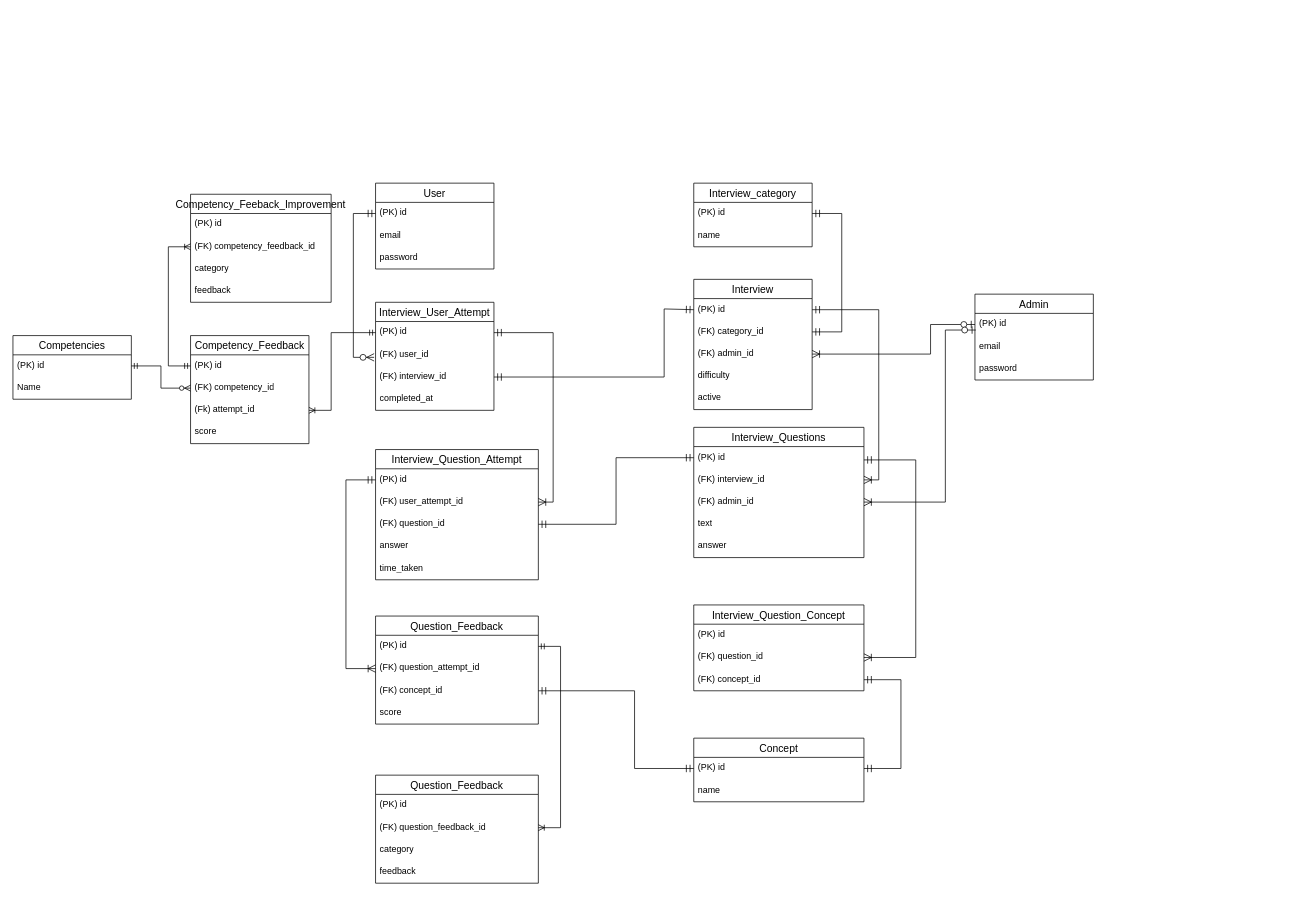
Earlier version of the draw.io diagram diagrams/group_erd.drawio (V-DP-DEV/Capstone). Source tidied: cells renumbered, new cells numbered last; positions are measured from the earlier drawing's top-left corner, leaving out a move shared by most shapes. Both pictures are drawn from the tidied source at 74%, with x=0, y=0 at pixel (13, 183).
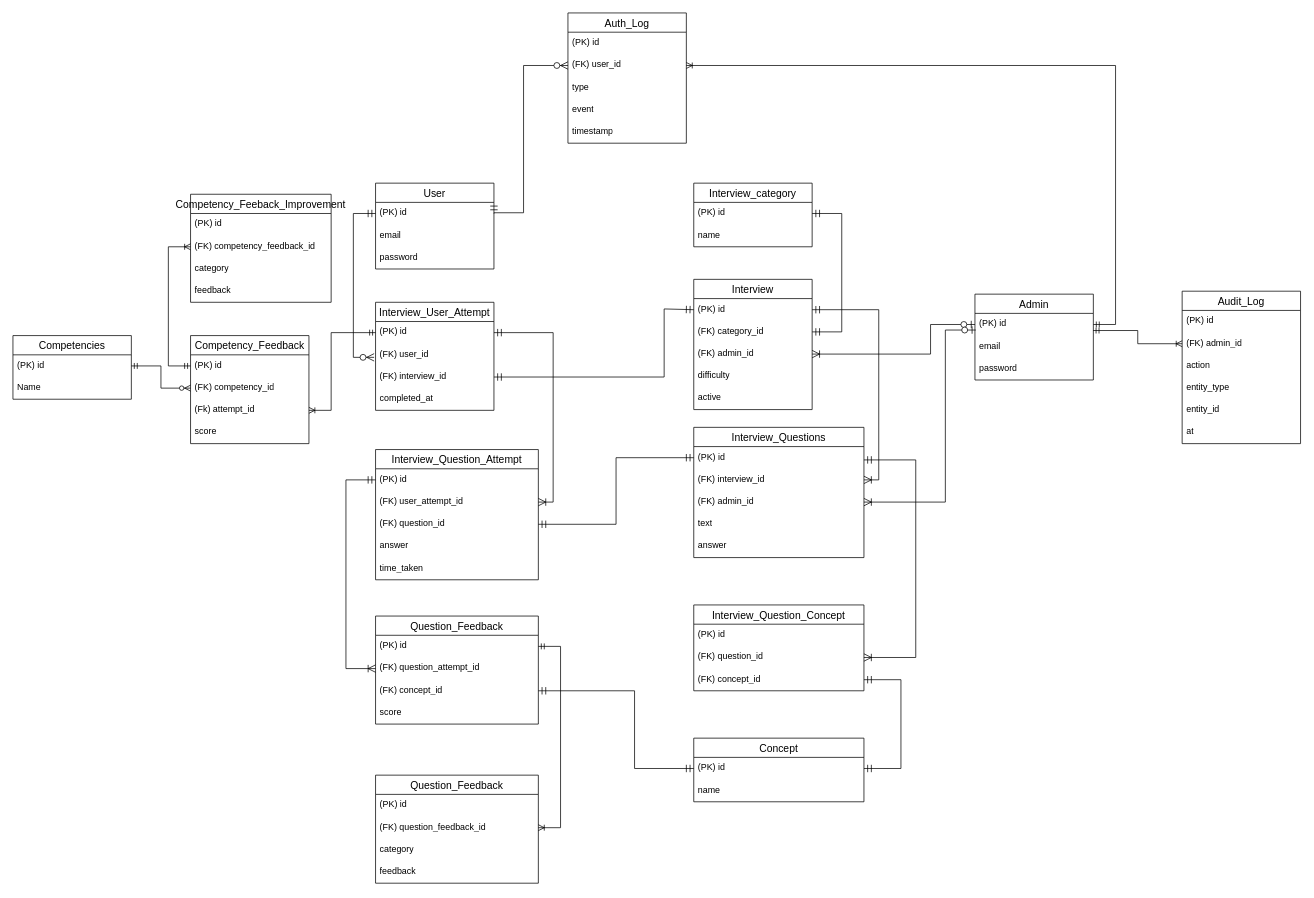
Above is the later version.

Commit message:
added a simple admin and auth log

The change refers to these unchanged cells:
```xml
<mxCell id="41" value="(PK) id" style="text;strokeColor=none;fillColor=none;spacingLeft=4;spacingRight=4;overflow=hidden;points=[[0,0.5],[1,0.5]];portConstraint=eastwest;fontSize=12;whiteSpace=wrap;html=1;" parent="40" vertex="1">
  <mxGeometry y="26" width="160" height="30" as="geometry" />
</mxCell>
<mxCell id="45" value="(PK) id" style="text;strokeColor=none;fillColor=none;spacingLeft=4;spacingRight=4;overflow=hidden;points=[[0,0.5],[1,0.5]];portConstraint=eastwest;fontSize=12;whiteSpace=wrap;html=1;" parent="44" vertex="1">
  <mxGeometry y="26" width="160" height="30" as="geometry" />
</mxCell>
```

Change to the diagram source:
```diff
@@
+    <mxCell id="82" value="Audit_Log" style="swimlane;fontStyle=0;horizontal=1;startSize=26;align=center;fontSize=14;" parent="1" vertex="1">
+      <mxGeometry x="1580" y="146" width="160" height="206" as="geometry" />
+    </mxCell>
+    <mxCell id="83" value="(PK) id" style="text;strokeColor=none;fillColor=none;spacingLeft=4;spacingRight=4;overflow=hidden;fontSize=12;whiteSpace=wrap;html=1;" parent="82" vertex="1">
+      <mxGeometry y="26" width="160" height="30" as="geometry" />
+    </mxCell>
+    <mxCell id="84" value="(FK) admin_id" style="text;strokeColor=none;fillColor=none;spacingLeft=4;spacingRight=4;overflow=hidden;points=[[0,0.5],[1,0.5]];portConstraint=eastwest;fontSize=12;whiteSpace=wrap;html=1;" parent="82" vertex="1">
+      <mxGeometry y="56" width="160" height="30" as="geometry" />
+    </mxCell>
+    <mxCell id="85" value="action" style="text;strokeColor=none;fillColor=none;spacingLeft=4;spacingRight=4;overflow=hidden;fontSize=12;whiteSpace=wrap;html=1;" parent="82" vertex="1">
+      <mxGeometry y="86" width="160" height="30" as="geometry" />
+    </mxCell>
+    <mxCell id="86" value="entity_type" style="text;strokeColor=none;fillColor=none;spacingLeft=4;spacingRight=4;overflow=hidden;fontSize=12;whiteSpace=wrap;html=1;" parent="82" vertex="1">
+      <mxGeometry y="116" width="160" height="30" as="geometry" />
+    </mxCell>
+    <mxCell id="87" value="entity_id" style="text;strokeColor=none;fillColor=none;spacingLeft=4;spacingRight=4;overflow=hidden;fontSize=12;whiteSpace=wrap;html=1;" parent="82" vertex="1">
+      <mxGeometry y="146" width="160" height="30" as="geometry" />
+    </mxCell>
+    <mxCell id="88" value="at" style="text;strokeColor=none;fillColor=none;spacingLeft=4;spacingRight=4;overflow=hidden;fontSize=12;whiteSpace=wrap;html=1;" parent="82" vertex="1">
+      <mxGeometry y="176" width="160" height="30" as="geometry" />
+    </mxCell>
+    <mxCell id="89" value="Auth_Log" style="swimlane;fontStyle=0;horizontal=1;startSize=26;align=center;fontSize=14;" parent="1" vertex="1">
+      <mxGeometry x="750" y="-230" width="160" height="176" as="geometry" />
+    </mxCell>
+    <mxCell id="90" value="(PK) id" style="text;strokeColor=none;fillColor=none;spacingLeft=4;spacingRight=4;overflow=hidden;fontSize=12;whiteSpace=wrap;html=1;" parent="89" vertex="1">
+      <mxGeometry y="26" width="160" height="30" as="geometry" />
+    </mxCell>
+    <mxCell id="91" value="(FK) user_id" style="text;strokeColor=none;fillColor=none;spacingLeft=4;spacingRight=4;overflow=hidden;points=[[0,0.5],[1,0.5]];portConstraint=eastwest;fontSize=12;whiteSpace=wrap;html=1;" parent="89" vertex="1">
+      <mxGeometry y="56" width="160" height="30" as="geometry" />
+    </mxCell>
+    <mxCell id="92" value="type" style="text;strokeColor=none;fillColor=none;spacingLeft=4;spacingRight=4;overflow=hidden;fontSize=12;whiteSpace=wrap;html=1;" parent="89" vertex="1">
+      <mxGeometry y="86" width="160" height="30" as="geometry" />
+    </mxCell>
+    <mxCell id="93" value="event" style="text;strokeColor=none;fillColor=none;spacingLeft=4;spacingRight=4;overflow=hidden;fontSize=12;whiteSpace=wrap;html=1;" parent="89" vertex="1">
+      <mxGeometry y="116" width="160" height="30" as="geometry" />
+    </mxCell>
+    <mxCell id="94" value="timestamp" style="text;strokeColor=none;fillColor=none;spacingLeft=4;spacingRight=4;overflow=hidden;fontSize=12;whiteSpace=wrap;html=1;" parent="89" vertex="1">
+      <mxGeometry y="146" width="160" height="30" as="geometry" />
+    </mxCell>
+    <mxCell id="95" style="edgeStyle=elbowEdgeStyle;fontSize=12;html=1;endArrow=ERoneToMany;startArrow=ERmandOne;exitX=0.998;exitY=0.772;exitDx=0;exitDy=0;entryX=0;entryY=0.5;entryDx=0;entryDy=0;rounded=0;curved=0;exitPerimeter=0;" parent="1" edge="1" source="45" target="84">
+      <mxGeometry relative="1" as="geometry" />
+    </mxCell>
+    <mxCell id="96" style="fontSize=12;html=1;endArrow=ERzeroToMany;startArrow=ERmandOne;rounded=0;startSize=8;endSize=8;exitX=1;exitY=0.5;exitDx=0;exitDy=0;entryX=0;entryY=0.5;entryDx=0;entryDy=0;edgeStyle=orthogonalEdgeStyle;startFill=0;" parent="1" edge="1" source="41" target="91">
+      <mxGeometry relative="1" as="geometry">
+        <Array as="points">
+          <mxPoint x="650" y="40" />
+          <mxPoint x="690" y="40" />
+          <mxPoint x="690" y="-159" />
+        </Array>
+      </mxGeometry>
+    </mxCell>
+    <mxCell id="97" style="edgeStyle=orthogonalEdgeStyle;fontSize=12;html=1;endArrow=ERoneToMany;startArrow=ERmandOne;exitX=1;exitY=0.5;exitDx=0;exitDy=0;entryX=1;entryY=0.5;entryDx=0;entryDy=0;rounded=0;curved=0;" parent="1" edge="1" source="45" target="91">
+      <mxGeometry relative="1" as="geometry">
+        <Array as="points">
+          <mxPoint x="1490" y="191" />
+          <mxPoint x="1490" y="-159" />
+        </Array>
+      </mxGeometry>
+    </mxCell>
```
